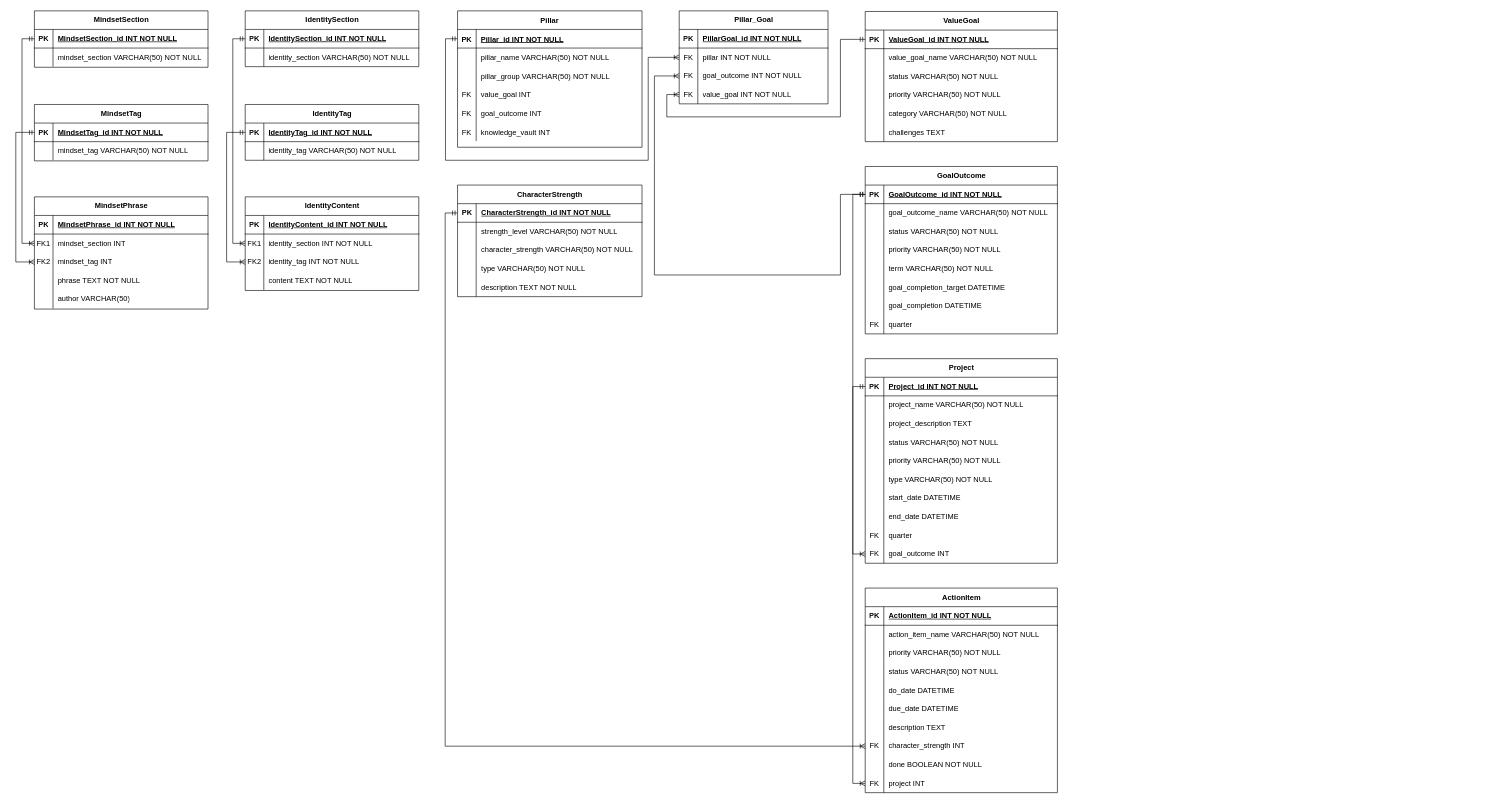
Above: Diagrama_ER.drawio in Jpneira2000/life_os (draw.io), before the change. Source tidied: cells renumbered, new cells numbered last; positions are measured from the earlier drawing's top-left corner, leaving out a move shared by most shapes. Both pictures are drawn from the tidied source at 62%, with x=0, y=0 at pixel (16, 11).
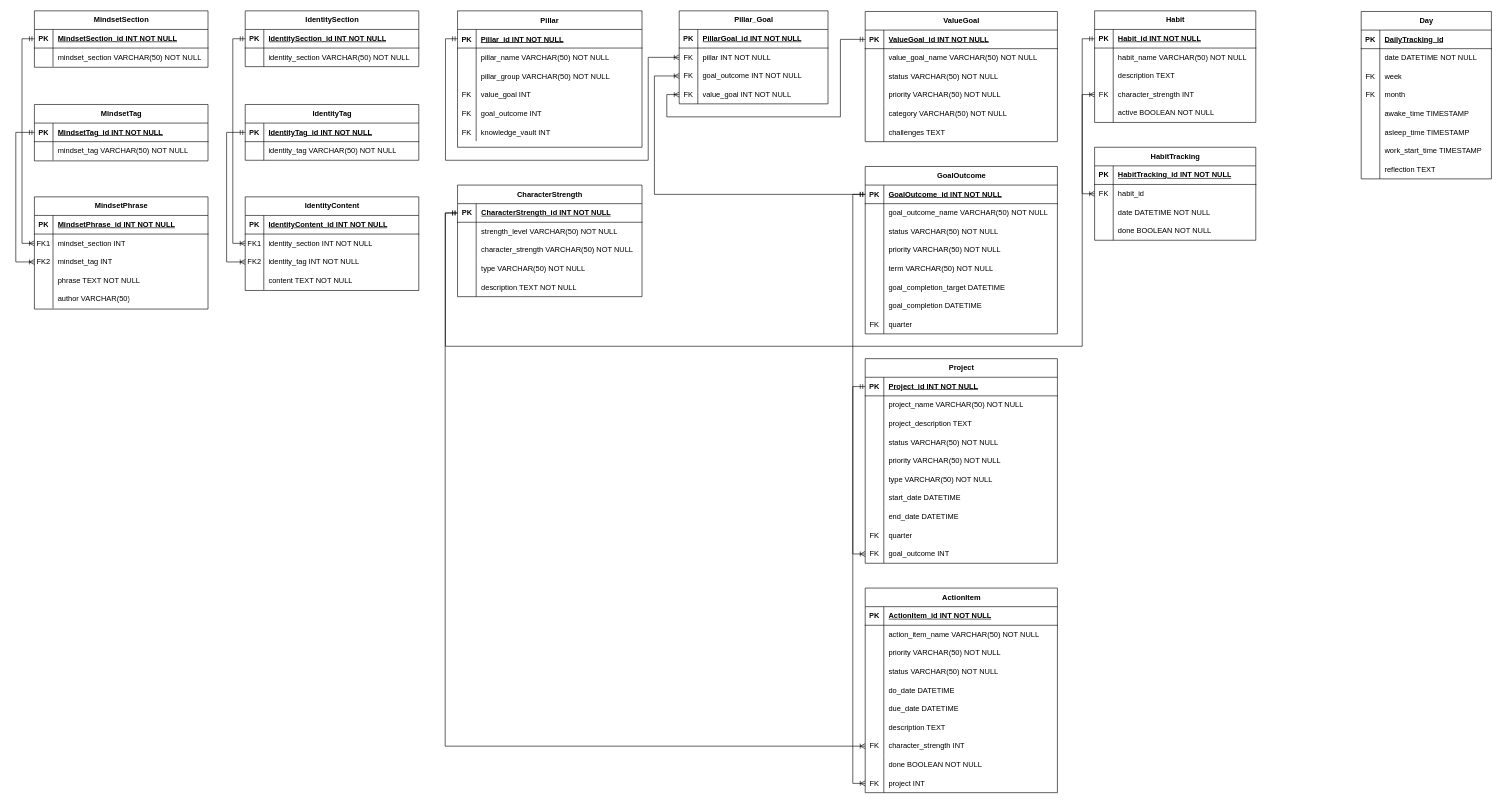
The same page after the edit.

Commit message:
Habitos en diagrama

The change refers to these unchanged cells:
```xml
<mxCell id="22" style="shape=tableRow;horizontal=0;startSize=0;swimlaneHead=0;swimlaneBody=0;fillColor=none;points=[[0,0.5],[1,0.5]];portConstraint=eastwest;top=0;left=0;right=0;bottom=1;" parent="21" vertex="1">
  <mxGeometry y="30" width="297.5" height="30" as="geometry" />
</mxCell>
<mxCell id="163" style="shape=tableRow;horizontal=0;startSize=0;swimlaneHead=0;swimlaneBody=0;fillColor=none;points=[[0,0.5],[1,0.5]];portConstraint=eastwest;top=0;left=0;right=0;bottom=1;" parent="162" vertex="1">
  <mxGeometry y="30" width="310" height="30" as="geometry" />
</mxCell>
<mxCell id="194" style="shape=tableRow;horizontal=0;startSize=0;swimlaneHead=0;swimlaneBody=0;fillColor=none;points=[[0,0.5],[1,0.5]];portConstraint=eastwest;top=0;left=0;right=0;bottom=0;" parent="187" vertex="1">
  <mxGeometry y="90" width="240" height="30" as="geometry" />
</mxCell>
```

The edit, as a diff of the source:
```diff
@@
     <mxCell id="221" style="edgeStyle=orthogonalEdgeStyle;rounded=0;jettySize=auto;html=1;exitX=0;exitY=0.5;exitDx=0;exitDy=0;entryX=0;entryY=0.5;entryDx=0;entryDy=0;startArrow=ERmandOne;startFill=0;endArrow=ERoneToMany;endFill=0;" parent="1" edge="1" source="163" target="194">
       <mxGeometry relative="1" as="geometry">
         <Array as="points">
-          <mxPoint x="1330" y="296" />
-          <mxPoint x="1330" y="426" />
-          <mxPoint x="1030" y="426" />
+          <mxPoint x="1030" y="296" />
           <mxPoint x="1030" y="105" />
         </Array>
       </mxGeometry>
     </mxCell>
@@
+    <mxCell id="223" value="Day" style="shape=table;startSize=30;childLayout=tableLayout;rowLines=0;fontStyle=1;align=center;html=1;" parent="1" vertex="1">
+      <mxGeometry x="2170" y="1" width="210" height="270" as="geometry" />
+    </mxCell>
+    <mxCell id="224" style="shape=tableRow;horizontal=0;startSize=0;swimlaneHead=0;swimlaneBody=0;fillColor=none;top=0;left=0;right=0;bottom=1;" parent="223" vertex="1">
+      <mxGeometry y="30" width="210" height="30" as="geometry" />
+    </mxCell>
+    <mxCell id="225" value="PK" style="shape=partialRectangle;fillColor=none;top=0;left=0;bottom=0;right=0;fontStyle=1;overflow=hidden;whiteSpace=wrap;html=1;" parent="224" vertex="1">
+      <mxGeometry width="30" height="30" as="geometry" />
+    </mxCell>
+    <mxCell id="226" value="DailyTracking_id" style="shape=partialRectangle;fillColor=none;top=0;left=0;bottom=0;right=0;align=left;spacingLeft=6;fontStyle=5;overflow=hidden;whiteSpace=wrap;html=1;" parent="224" vertex="1">
+      <mxGeometry x="30" width="180" height="30" as="geometry" />
+    </mxCell>
+    <mxCell id="227" style="shape=tableRow;horizontal=0;startSize=0;swimlaneHead=0;swimlaneBody=0;fillColor=none;top=0;left=0;right=0;bottom=0;" parent="223" vertex="1">
+      <mxGeometry y="60" width="210" height="30" as="geometry" />
+    </mxCell>
+    <mxCell id="228" style="shape=partialRectangle;fillColor=none;top=0;left=0;bottom=0;right=0;overflow=hidden;whiteSpace=wrap;html=1;" parent="227" vertex="1">
+      <mxGeometry width="30" height="30" as="geometry" />
+    </mxCell>
+    <mxCell id="229" value="date DATETIME NOT NULL" style="shape=partialRectangle;fillColor=none;top=0;left=0;bottom=0;right=0;align=left;spacingLeft=6;overflow=hidden;whiteSpace=wrap;html=1;" parent="227" vertex="1">
+      <mxGeometry x="30" width="180" height="30" as="geometry" />
+    </mxCell>
+    <mxCell id="230" style="shape=tableRow;horizontal=0;startSize=0;swimlaneHead=0;swimlaneBody=0;fillColor=none;top=0;left=0;right=0;bottom=0;" parent="223" vertex="1">
+      <mxGeometry y="90" width="210" height="30" as="geometry" />
+    </mxCell>
+    <mxCell id="231" value="FK" style="shape=partialRectangle;fillColor=none;top=0;left=0;bottom=0;right=0;overflow=hidden;whiteSpace=wrap;html=1;" parent="230" vertex="1">
+      <mxGeometry width="30" height="30" as="geometry" />
+    </mxCell>
+    <mxCell id="232" value="week" style="shape=partialRectangle;fillColor=none;top=0;left=0;bottom=0;right=0;align=left;spacingLeft=6;overflow=hidden;whiteSpace=wrap;html=1;" parent="230" vertex="1">
+      <mxGeometry x="30" width="180" height="30" as="geometry" />
+    </mxCell>
+    <mxCell id="233" style="shape=tableRow;horizontal=0;startSize=0;swimlaneHead=0;swimlaneBody=0;fillColor=none;top=0;left=0;right=0;bottom=0;" parent="223" vertex="1">
+      <mxGeometry y="120" width="210" height="30" as="geometry" />
+    </mxCell>
+    <mxCell id="234" value="FK" style="shape=partialRectangle;fillColor=none;top=0;left=0;bottom=0;right=0;overflow=hidden;whiteSpace=wrap;html=1;" parent="233" vertex="1">
+      <mxGeometry width="30" height="30" as="geometry" />
+    </mxCell>
+    <mxCell id="235" value="month" style="shape=partialRectangle;fillColor=none;top=0;left=0;bottom=0;right=0;align=left;spacingLeft=6;overflow=hidden;whiteSpace=wrap;html=1;" parent="233" vertex="1">
+      <mxGeometry x="30" width="180" height="30" as="geometry" />
+    </mxCell>
+    <mxCell id="236" style="shape=tableRow;horizontal=0;startSize=0;swimlaneHead=0;swimlaneBody=0;fillColor=none;top=0;left=0;right=0;bottom=0;" parent="223" vertex="1">
+      <mxGeometry y="150" width="210" height="30" as="geometry" />
+    </mxCell>
+    <mxCell id="237" style="shape=partialRectangle;fillColor=none;top=0;left=0;bottom=0;right=0;overflow=hidden;whiteSpace=wrap;html=1;" parent="236" vertex="1">
+      <mxGeometry width="30" height="30" as="geometry" />
+    </mxCell>
+    <mxCell id="238" value="awake_time TIMESTAMP" style="shape=partialRectangle;fillColor=none;top=0;left=0;bottom=0;right=0;align=left;spacingLeft=6;overflow=hidden;whiteSpace=wrap;html=1;" parent="236" vertex="1">
+      <mxGeometry x="30" width="180" height="30" as="geometry" />
+    </mxCell>
+    <mxCell id="239" style="shape=tableRow;horizontal=0;startSize=0;swimlaneHead=0;swimlaneBody=0;fillColor=none;top=0;left=0;right=0;bottom=0;" parent="223" vertex="1">
+      <mxGeometry y="180" width="210" height="30" as="geometry" />
+    </mxCell>
+    <mxCell id="240" style="shape=partialRectangle;fillColor=none;top=0;left=0;bottom=0;right=0;overflow=hidden;whiteSpace=wrap;html=1;" parent="239" vertex="1">
+      <mxGeometry width="30" height="30" as="geometry" />
+    </mxCell>
+    <mxCell id="241" value="asleep_time TIMESTAMP" style="shape=partialRectangle;fillColor=none;top=0;left=0;bottom=0;right=0;align=left;spacingLeft=6;overflow=hidden;whiteSpace=wrap;html=1;" parent="239" vertex="1">
+      <mxGeometry x="30" width="180" height="30" as="geometry" />
+    </mxCell>
+    <mxCell id="242" style="shape=tableRow;horizontal=0;startSize=0;swimlaneHead=0;swimlaneBody=0;fillColor=none;top=0;left=0;right=0;bottom=0;" parent="223" vertex="1">
+      <mxGeometry y="210" width="210" height="30" as="geometry" />
+    </mxCell>
+    <mxCell id="243" style="shape=partialRectangle;fillColor=none;top=0;left=0;bottom=0;right=0;overflow=hidden;whiteSpace=wrap;html=1;" parent="242" vertex="1">
+      <mxGeometry width="30" height="30" as="geometry" />
+    </mxCell>
+    <mxCell id="244" value="work_start_time TIMESTAMP" style="shape=partialRectangle;fillColor=none;top=0;left=0;bottom=0;right=0;align=left;spacingLeft=6;overflow=hidden;whiteSpace=wrap;html=1;" parent="242" vertex="1">
+      <mxGeometry x="30" width="180" height="30" as="geometry" />
+    </mxCell>
+    <mxCell id="245" style="shape=tableRow;horizontal=0;startSize=0;swimlaneHead=0;swimlaneBody=0;fillColor=none;top=0;left=0;right=0;bottom=0;" parent="223" vertex="1">
+      <mxGeometry y="240" width="210" height="30" as="geometry" />
+    </mxCell>
+    <mxCell id="246" style="shape=partialRectangle;fillColor=none;top=0;left=0;bottom=0;right=0;overflow=hidden;whiteSpace=wrap;html=1;" parent="245" vertex="1">
+      <mxGeometry width="30" height="30" as="geometry" />
+    </mxCell>
+    <mxCell id="247" value="reflection TEXT" style="shape=partialRectangle;fillColor=none;top=0;left=0;bottom=0;right=0;align=left;spacingLeft=6;overflow=hidden;whiteSpace=wrap;html=1;" parent="245" vertex="1">
+      <mxGeometry x="30" width="180" height="30" as="geometry" />
+    </mxCell>
+    <mxCell id="248" value="Habit" style="shape=table;startSize=30;childLayout=tableLayout;rowLines=0;fontStyle=1;align=center;html=1;" parent="1" vertex="1">
+      <mxGeometry x="1740" width="260" height="180" as="geometry" />
+    </mxCell>
+    <mxCell id="249" style="shape=tableRow;horizontal=0;startSize=0;swimlaneHead=0;swimlaneBody=0;fillColor=none;points=[[0,0.5],[1,0.5]];portConstraint=eastwest;top=0;left=0;right=0;bottom=1;" parent="248" vertex="1">
+      <mxGeometry y="30" width="260" height="30" as="geometry" />
+    </mxCell>
+    <mxCell id="250" value="PK" style="shape=partialRectangle;fillColor=none;top=0;left=0;bottom=0;right=0;fontStyle=1;overflow=hidden;whiteSpace=wrap;html=1;" parent="249" vertex="1">
+      <mxGeometry width="30" height="30" as="geometry" />
+    </mxCell>
+    <mxCell id="251" value="Habit_id INT NOT NULL" style="shape=partialRectangle;fillColor=none;top=0;left=0;bottom=0;right=0;align=left;spacingLeft=6;fontStyle=5;overflow=hidden;whiteSpace=wrap;html=1;" parent="249" vertex="1">
+      <mxGeometry x="30" width="230" height="30" as="geometry" />
+    </mxCell>
+    <mxCell id="252" style="shape=tableRow;horizontal=0;startSize=0;swimlaneHead=0;swimlaneBody=0;fillColor=none;top=0;left=0;right=0;bottom=0;" parent="248" vertex="1">
+      <mxGeometry y="60" width="260" height="30" as="geometry" />
+    </mxCell>
+    <mxCell id="253" style="shape=partialRectangle;fillColor=none;top=0;left=0;bottom=0;right=0;overflow=hidden;whiteSpace=wrap;html=1;" parent="252" vertex="1">
+      <mxGeometry width="30" height="30" as="geometry" />
+    </mxCell>
+    <mxCell id="254" value="habit_name VARCHAR(50) NOT NULL" style="shape=partialRectangle;fillColor=none;top=0;left=0;bottom=0;right=0;align=left;spacingLeft=6;overflow=hidden;whiteSpace=wrap;html=1;" parent="252" vertex="1">
+      <mxGeometry x="30" width="230" height="30" as="geometry" />
+    </mxCell>
+    <mxCell id="255" style="shape=tableRow;horizontal=0;startSize=0;swimlaneHead=0;swimlaneBody=0;fillColor=none;top=0;left=0;right=0;bottom=0;" parent="248" vertex="1">
+      <mxGeometry y="90" width="260" height="30" as="geometry" />
+    </mxCell>
+    <mxCell id="256" style="shape=partialRectangle;fillColor=none;top=0;left=0;bottom=0;right=0;overflow=hidden;whiteSpace=wrap;html=1;" parent="255" vertex="1">
+      <mxGeometry width="30" height="30" as="geometry" />
+    </mxCell>
+    <mxCell id="257" value="description TEXT" style="shape=partialRectangle;fillColor=none;top=0;left=0;bottom=0;right=0;align=left;spacingLeft=6;overflow=hidden;whiteSpace=wrap;html=1;" parent="255" vertex="1">
+      <mxGeometry x="30" width="230" height="30" as="geometry" />
+    </mxCell>
+    <mxCell id="258" style="shape=tableRow;horizontal=0;startSize=0;swimlaneHead=0;swimlaneBody=0;fillColor=none;points=[[0,0.5],[1,0.5]];portConstraint=eastwest;top=0;left=0;right=0;bottom=0;" parent="248" vertex="1">
+      <mxGeometry y="120" width="260" height="30" as="geometry" />
+    </mxCell>
+    <mxCell id="259" value="FK" style="shape=partialRectangle;fillColor=none;top=0;left=0;bottom=0;right=0;overflow=hidden;whiteSpace=wrap;html=1;" parent="258" vertex="1">
+      <mxGeometry width="30" height="30" as="geometry" />
+    </mxCell>
+    <mxCell id="260" value="character_strength INT" style="shape=partialRectangle;fillColor=none;top=0;left=0;bottom=0;right=0;align=left;spacingLeft=6;overflow=hidden;whiteSpace=wrap;html=1;" parent="258" vertex="1">
+      <mxGeometry x="30" width="230" height="30" as="geometry" />
+    </mxCell>
+    <mxCell id="261" style="shape=tableRow;horizontal=0;startSize=0;swimlaneHead=0;swimlaneBody=0;fillColor=none;top=0;left=0;right=0;bottom=0;" parent="248" vertex="1">
+      <mxGeometry y="150" width="260" height="30" as="geometry" />
+    </mxCell>
+    <mxCell id="262" style="shape=partialRectangle;fillColor=none;top=0;left=0;bottom=0;right=0;overflow=hidden;whiteSpace=wrap;html=1;" parent="261" vertex="1">
+      <mxGeometry width="30" height="30" as="geometry" />
+    </mxCell>
+    <mxCell id="263" value="active BOOLEAN NOT NULL" style="shape=partialRectangle;fillColor=none;top=0;left=0;bottom=0;right=0;align=left;spacingLeft=6;overflow=hidden;whiteSpace=wrap;html=1;" parent="261" vertex="1">
+      <mxGeometry x="30" width="230" height="30" as="geometry" />
+    </mxCell>
+    <mxCell id="264" value="HabitTracking" style="shape=table;startSize=30;childLayout=tableLayout;rowLines=0;fontStyle=1;align=center;html=1;" parent="1" vertex="1">
+      <mxGeometry x="1740" y="220" width="260" height="150" as="geometry" />
+    </mxCell>
+    <mxCell id="265" style="shape=tableRow;horizontal=0;startSize=0;swimlaneHead=0;swimlaneBody=0;fillColor=none;top=0;left=0;right=0;bottom=1;" parent="264" vertex="1">
+      <mxGeometry y="30" width="260" height="30" as="geometry" />
+    </mxCell>
+    <mxCell id="266" value="PK" style="shape=partialRectangle;fillColor=none;top=0;left=0;bottom=0;right=0;fontStyle=1;overflow=hidden;whiteSpace=wrap;html=1;" parent="265" vertex="1">
+      <mxGeometry width="30" height="30" as="geometry" />
+    </mxCell>
+    <mxCell id="267" value="HabitTracking_id INT NOT NULL" style="shape=partialRectangle;fillColor=none;top=0;left=0;bottom=0;right=0;align=left;spacingLeft=6;fontStyle=5;overflow=hidden;whiteSpace=wrap;html=1;" parent="265" vertex="1">
+      <mxGeometry x="30" width="230" height="30" as="geometry" />
+    </mxCell>
+    <mxCell id="268" style="shape=tableRow;horizontal=0;startSize=0;swimlaneHead=0;swimlaneBody=0;fillColor=none;points=[[0,0.5],[1,0.5]];portConstraint=eastwest;top=0;left=0;right=0;bottom=0;" parent="264" vertex="1">
+      <mxGeometry y="60" width="260" height="30" as="geometry" />
+    </mxCell>
+    <mxCell id="269" value="FK" style="shape=partialRectangle;fillColor=none;top=0;left=0;bottom=0;right=0;overflow=hidden;whiteSpace=wrap;html=1;" parent="268" vertex="1">
+      <mxGeometry width="30" height="30" as="geometry" />
+    </mxCell>
+    <mxCell id="270" value="habit_id" style="shape=partialRectangle;fillColor=none;top=0;left=0;bottom=0;right=0;align=left;spacingLeft=6;overflow=hidden;whiteSpace=wrap;html=1;" parent="268" vertex="1">
+      <mxGeometry x="30" width="230" height="30" as="geometry" />
+    </mxCell>
+    <mxCell id="271" style="shape=tableRow;horizontal=0;startSize=0;swimlaneHead=0;swimlaneBody=0;fillColor=none;top=0;left=0;right=0;bottom=0;" parent="264" vertex="1">
+      <mxGeometry y="90" width="260" height="30" as="geometry" />
+    </mxCell>
+    <mxCell id="272" style="shape=partialRectangle;fillColor=none;top=0;left=0;bottom=0;right=0;overflow=hidden;whiteSpace=wrap;html=1;" parent="271" vertex="1">
+      <mxGeometry width="30" height="30" as="geometry" />
+    </mxCell>
+    <mxCell id="273" value="date DATETIME NOT NULL" style="shape=partialRectangle;fillColor=none;top=0;left=0;bottom=0;right=0;align=left;spacingLeft=6;overflow=hidden;whiteSpace=wrap;html=1;" parent="271" vertex="1">
+      <mxGeometry x="30" width="230" height="30" as="geometry" />
+    </mxCell>
+    <mxCell id="274" style="shape=tableRow;horizontal=0;startSize=0;swimlaneHead=0;swimlaneBody=0;fillColor=none;top=0;left=0;right=0;bottom=0;" parent="264" vertex="1">
+      <mxGeometry y="120" width="260" height="30" as="geometry" />
+    </mxCell>
+    <mxCell id="275" style="shape=partialRectangle;fillColor=none;top=0;left=0;bottom=0;right=0;overflow=hidden;whiteSpace=wrap;html=1;" parent="274" vertex="1">
+      <mxGeometry width="30" height="30" as="geometry" />
+    </mxCell>
+    <mxCell id="276" value="done BOOLEAN NOT NULL" style="shape=partialRectangle;fillColor=none;top=0;left=0;bottom=0;right=0;align=left;spacingLeft=6;overflow=hidden;whiteSpace=wrap;html=1;" parent="274" vertex="1">
+      <mxGeometry x="30" width="230" height="30" as="geometry" />
+    </mxCell>
+    <mxCell id="277" style="edgeStyle=orthogonalEdgeStyle;rounded=0;jettySize=auto;html=1;exitX=0;exitY=0.5;exitDx=0;exitDy=0;entryX=0;entryY=0.5;entryDx=0;entryDy=0;startArrow=ERmandOne;startFill=0;endArrow=ERoneToMany;endFill=0;" parent="1" edge="1" source="22" target="258">
+      <mxGeometry relative="1" as="geometry">
+        <Array as="points">
+          <mxPoint x="693" y="326" />
+          <mxPoint x="693" y="541" />
+          <mxPoint x="1720" y="541" />
+          <mxPoint x="1720" y="135" />
+        </Array>
+      </mxGeometry>
+    </mxCell>
+    <mxCell id="278" style="edgeStyle=orthogonalEdgeStyle;rounded=0;jettySize=auto;html=1;exitX=0;exitY=0.5;exitDx=0;exitDy=0;entryX=0;entryY=0.5;entryDx=0;entryDy=0;startArrow=ERmandOne;startFill=0;endArrow=ERoneToMany;endFill=0;" parent="1" edge="1" source="249" target="268">
+      <mxGeometry relative="1" as="geometry" />
+    </mxCell>
```
